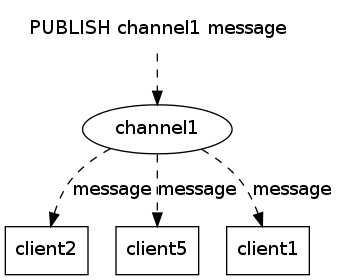
huangzworks/redisbook keeps this Graphviz diagram as feature/image/send_message_to_subscriber.png. Above is the earlier version. Its source is kept beside it as feature/image/send_message_to_subscriber.dot. Its diagram source:
```dot
digraph send_message_to_subscriber {

    message [label = "PUBLISH channel1 message", shape = plaintext];

    message -> channel1 [style = dashed];

    channel1 [label = "channel1"];

    node [shape = box];

    client2 [label = "client2"];
    client5 [label = "client5"];
    client1 [label = "client1"];

    /*
    client2 -> channel1 [label = "subscribe"];
    client5 -> channel1 [label = "subscribe"];
    client1 -> channel1 [label = "subscribe"];
    */

    channel1 -> client2 [label = "message", style = dashed];
    channel1 -> client5 [label = "message", style = dashed];
    channel1 -> client1 [label = "message", style = dashed];
}
```
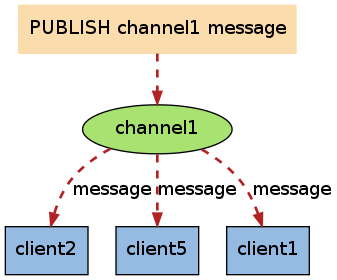
The same diagram one commit later.

Change to the diagram source:
```diff
@@ -1,16 +1,20 @@
 digraph send_message_to_subscriber {
 
-    message [label = "PUBLISH channel1 message", shape = plaintext];
+    node [style = filled];
 
-    message -> channel1 [style = dashed];
+    edge [style = "dashed, bold"];
 
-    channel1 [label = "channel1"];
+    message [label = "PUBLISH channel1 message", shape = plaintext, fillcolor = "#FADCAD"];
+
+    message -> channel1 [color = "#B22222]"];
+
+    channel1 [label = "channel1", fillcolor = "#A8E270"];
 
     node [shape = box];
 
-    client2 [label = "client2"];
-    client5 [label = "client5"];
-    client1 [label = "client1"];
+    client2 [label = "client2", fillcolor = "#95BBE3"];
+    client5 [label = "client5", fillcolor = "#95BBE3"];
+    client1 [label = "client1", fillcolor = "#95BBE3"];
 
     /*
     client2 -> channel1 [label = "subscribe"];
@@ -18,7 +22,7 @@
     client1 -> channel1 [label = "subscribe"];
     */
 
-    channel1 -> client2 [label = "message", style = dashed];
-    channel1 -> client5 [label = "message", style = dashed];
-    channel1 -> client1 [label = "message", style = dashed];
+    channel1 -> client2 [label = "message", color = "#B22222"];
+    channel1 -> client5 [label = "message", color = "#B22222"];
+    channel1 -> client1 [label = "message", color = "#B22222"];
 }
```
